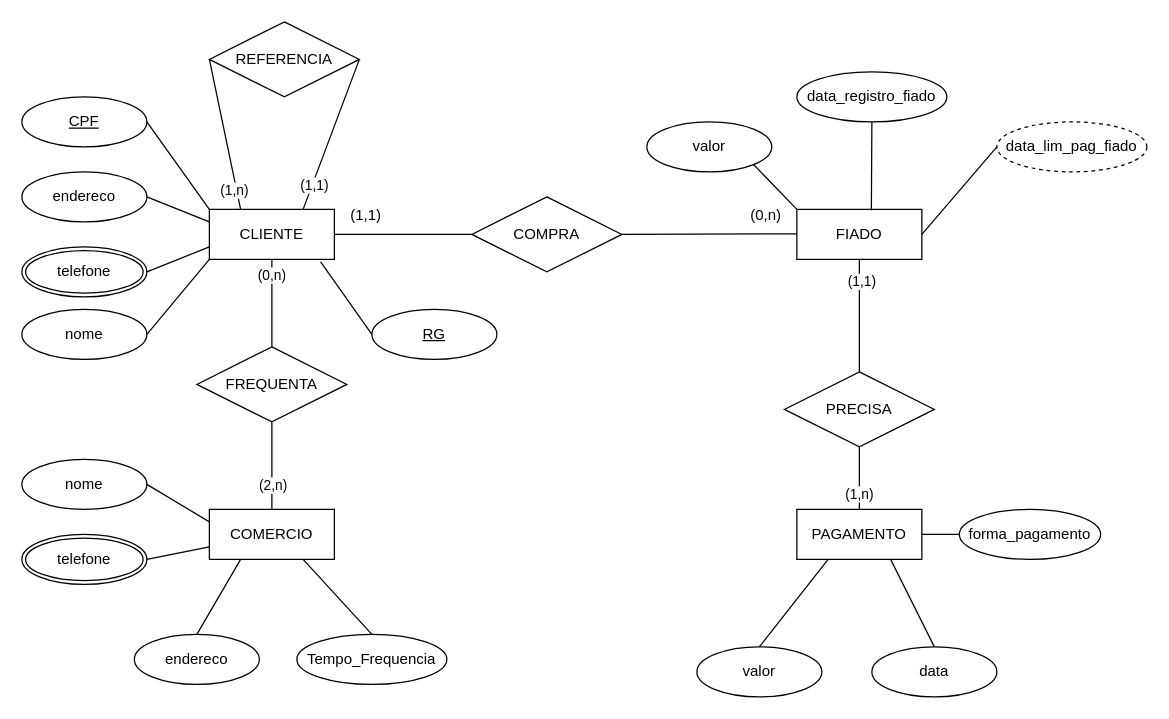
Before: page "Página-1" (1 of 2) of Modelo Conceitual/Projeto.drawio in JulioLage-Alx/BancodeDados-Fiado, a draw.io diagram. Source tidied: cells renumbered, new cells numbered last; positions are measured from the earlier drawing's top-left corner, leaving out a move shared by most shapes. Both pictures are drawn from the tidied source at 125%, with x=0, y=0 at pixel (21, 21).
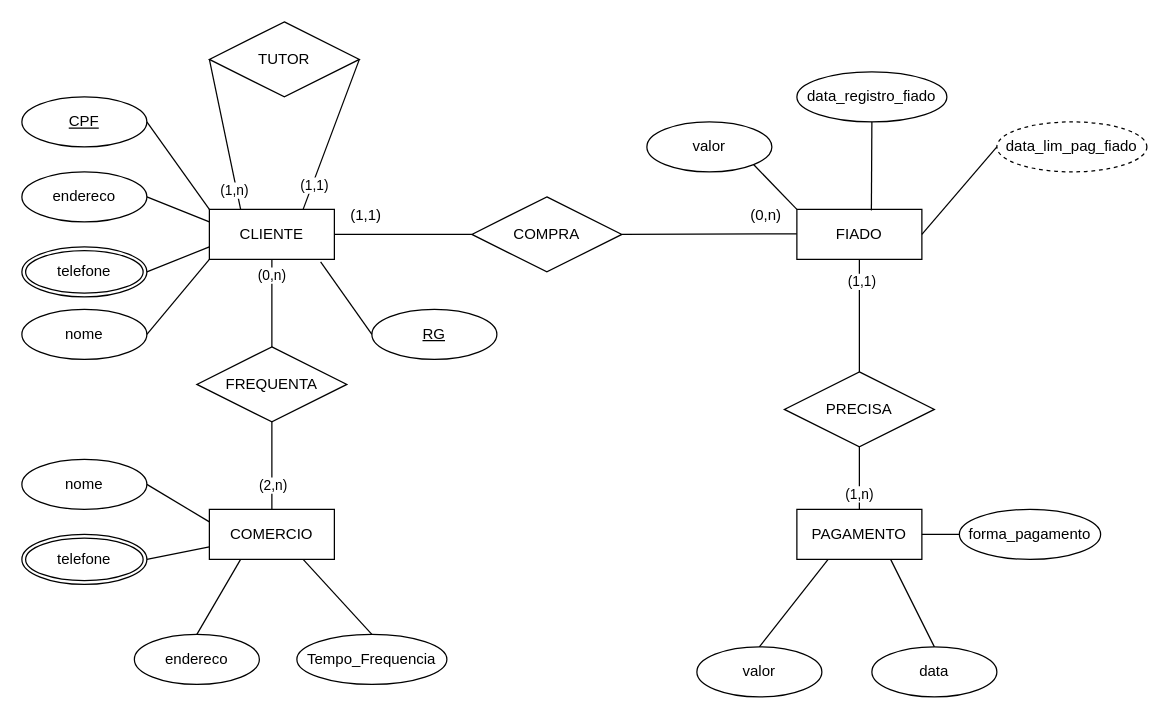
The same page after the edit.

Commit message:
MOD: relação cliente com cliente

The edit, as a diff of the source:
```diff
@@
-    <mxCell id="32" value="REFERENCIA" style="shape=rhombus;perimeter=rhombusPerimeter;whiteSpace=wrap;html=1;align=center;" parent="1" vertex="1">
+    <mxCell id="32" value="TUTOR" style="shape=rhombus;perimeter=rhombusPerimeter;whiteSpace=wrap;html=1;align=center;" parent="1" vertex="1">
       <mxGeometry x="150" width="120" height="60" as="geometry" />
     </mxCell>
```
